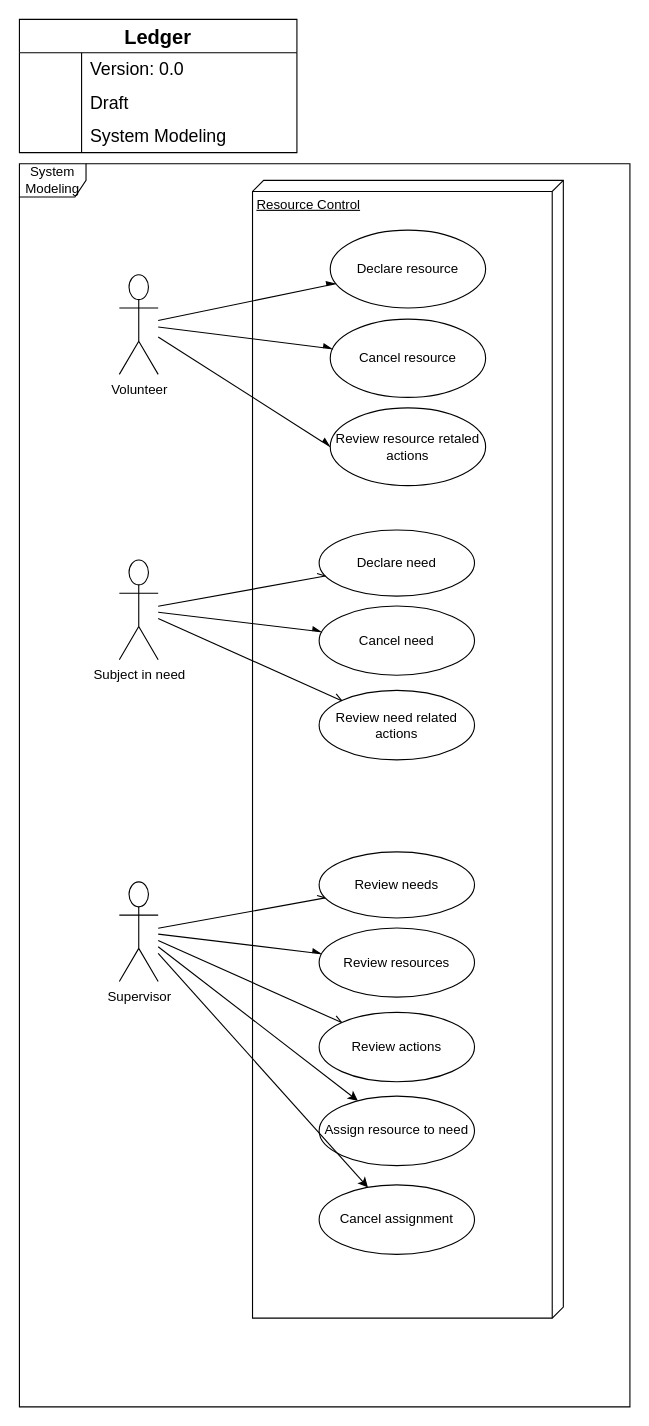
Above: page "UC - System Model" (3 of 3) of UMLDiagrams/DR_UseCasesUML.drawio in bounswe/bounswe2023group2 (draw.io), before the change. Source tidied: cells renumbered, new cells numbered last; positions are measured from the earlier drawing's top-left corner, leaving out a move shared by most shapes. Both pictures are drawn from the tidied source at 111%, with x=0, y=0 at pixel (19, 19).
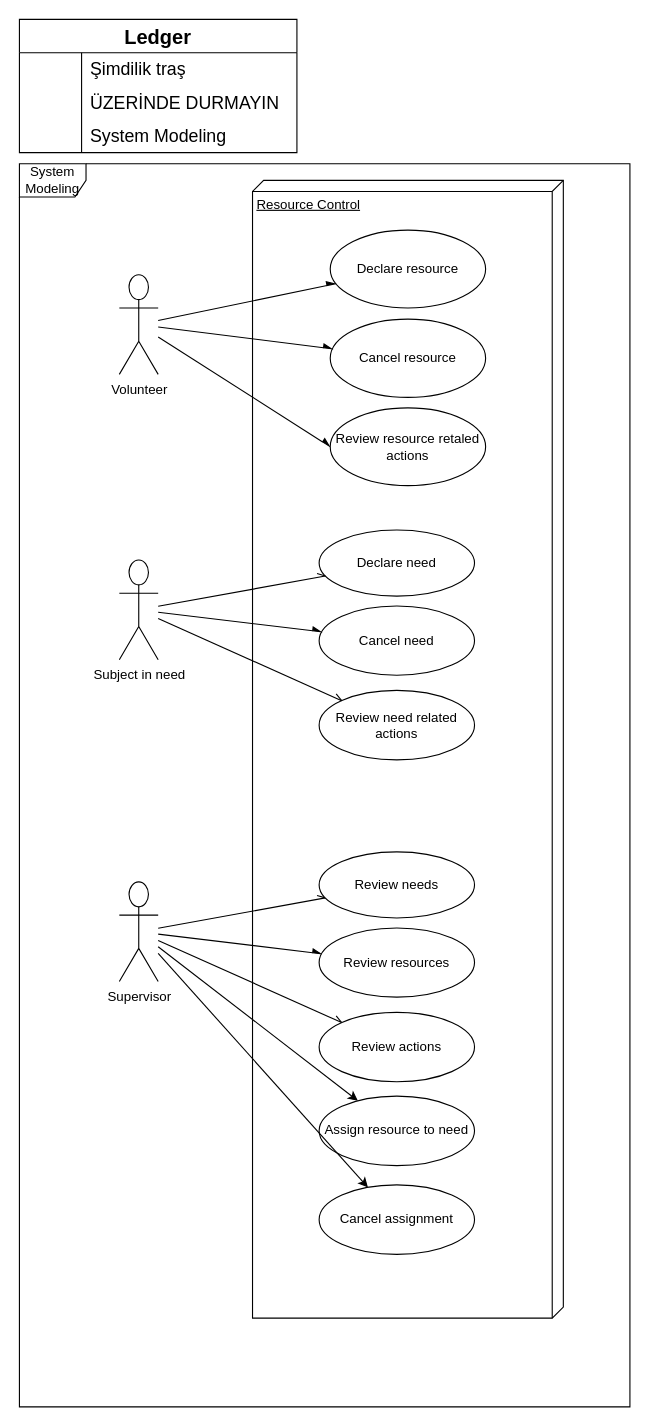
The same page after the edit.

Commit message:
Unimportant part notice

The change refers to these unchanged cells:
```xml
<mxCell id="3" style="shape=tableRow;horizontal=0;startSize=0;swimlaneHead=0;swimlaneBody=0;top=0;left=0;bottom=0;right=0;fillColor=none;strokeColor=inherit;fontSize=16;" parent="2" vertex="1">
  <mxGeometry y="30" width="250" height="30" as="geometry" />
</mxCell>
<mxCell id="6" style="shape=tableRow;horizontal=0;startSize=0;swimlaneHead=0;swimlaneBody=0;top=0;left=0;bottom=0;right=0;fillColor=none;strokeColor=inherit;fontSize=16;" parent="2" vertex="1">
  <mxGeometry y="60" width="250" height="30" as="geometry" />
</mxCell>
```

Change to the diagram source:
```diff
@@
-    <mxCell id="5" value="Version: 0.0" style="shape=partialRectangle;html=1;whiteSpace=wrap;fillColor=none;top=0;left=0;bottom=0;right=0;align=left;spacingLeft=6;overflow=hidden;strokeColor=inherit;fontSize=16;" parent="3" vertex="1">
+    <mxCell id="5" value="Şimdilik traş" style="shape=partialRectangle;html=1;whiteSpace=wrap;fillColor=none;top=0;left=0;bottom=0;right=0;align=left;spacingLeft=6;overflow=hidden;strokeColor=inherit;fontSize=16;" parent="3" vertex="1">
       <mxGeometry x="56" width="194" height="30" as="geometry" />
     </mxCell>
@@
-    <mxCell id="8" value="Draft" style="shape=partialRectangle;html=1;whiteSpace=wrap;fillColor=none;top=0;left=0;bottom=0;right=0;align=left;spacingLeft=6;overflow=hidden;strokeColor=inherit;fontSize=16;" parent="6" vertex="1">
+    <mxCell id="8" value="ÜZERİNDE DURMAYIN" style="shape=partialRectangle;html=1;whiteSpace=wrap;fillColor=none;top=0;left=0;bottom=0;right=0;align=left;spacingLeft=6;overflow=hidden;strokeColor=inherit;fontSize=16;" parent="6" vertex="1">
       <mxGeometry x="56" width="194" height="30" as="geometry" />
     </mxCell>
```
